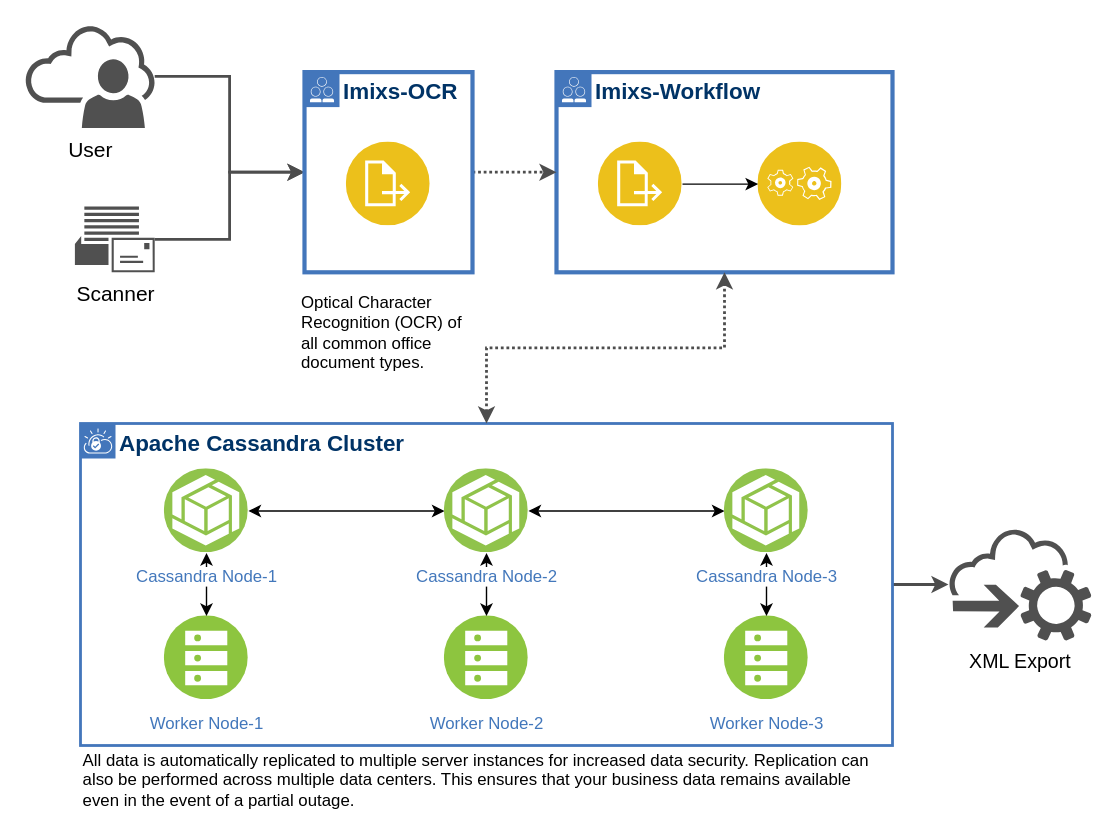
The draw.io diagram docs/imixs-archive-architecture.drawio in imixs/imixs-archive, before the edit. Source tidied: cells renumbered, new cells numbered last; positions are measured from the earlier drawing's top-left corner, leaving out a move shared by most shapes. Both pictures are drawn from the tidied source at 140%, with x=0, y=0 at pixel (24, 24).
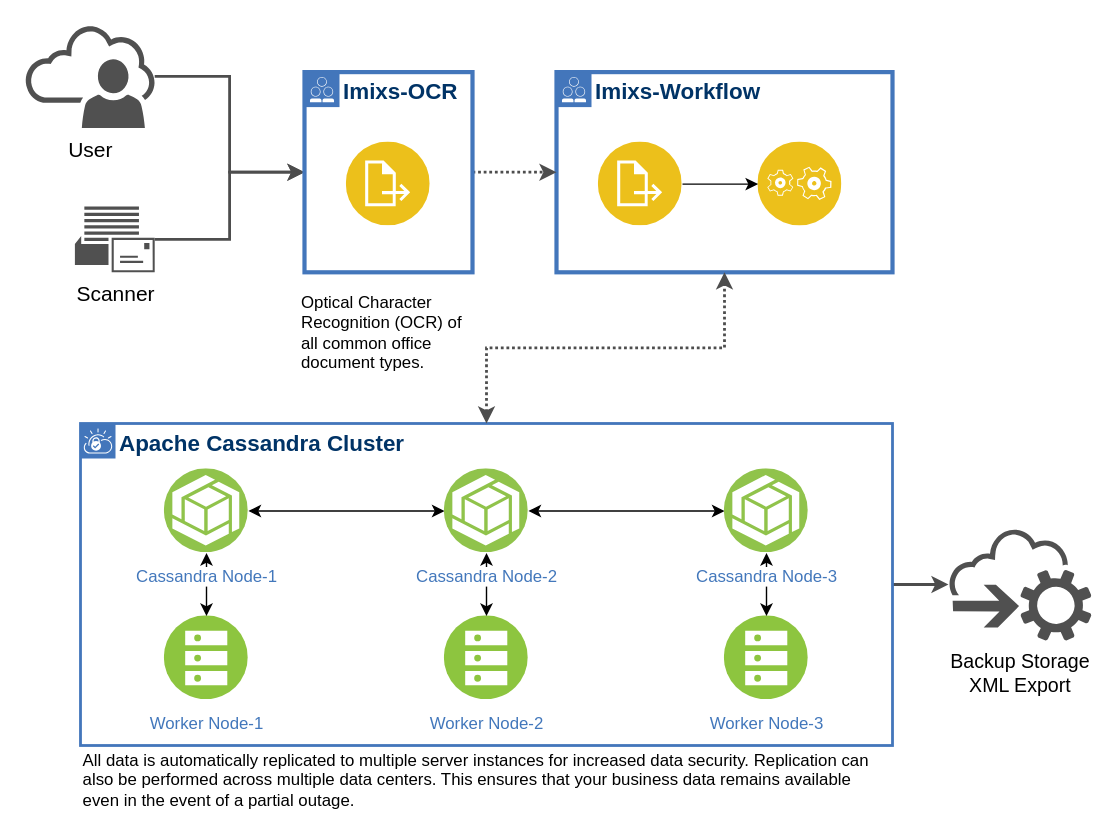
After the change.

Diff of the diagram source:
```diff
@@
-    <mxCell id="27" value="XML Export" style="shadow=0;dashed=0;html=1;strokeColor=none;fillColor=#505050;labelPosition=center;verticalLabelPosition=bottom;outlineConnect=0;verticalAlign=top;align=center;shape=mxgraph.office.clouds.cloud_service_request;fontSize=14;" parent="1" vertex="1">
+    <mxCell id="27" value="Backup Storage&lt;br&gt;XML Export" style="shadow=0;dashed=0;html=1;strokeColor=none;fillColor=#505050;labelPosition=center;verticalLabelPosition=bottom;outlineConnect=0;verticalAlign=top;align=center;shape=mxgraph.office.clouds.cloud_service_request;fontSize=14;" parent="1" vertex="1">
       <mxGeometry x="660" y="360" width="102" height="80" as="geometry" />
     </mxCell>
```
